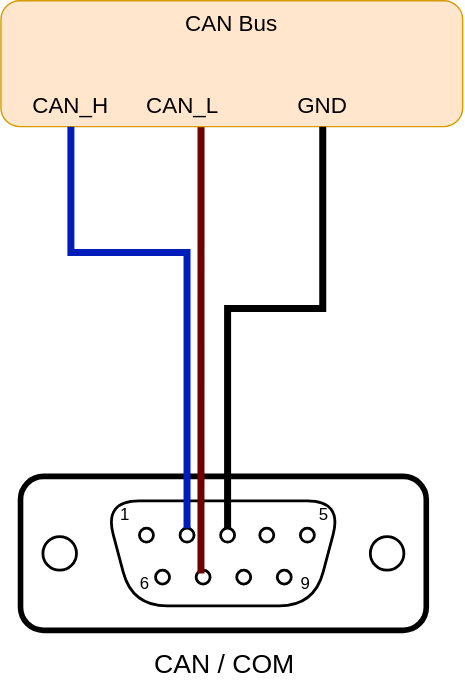
Before: docs/user-docs/images/edge-solutions/moducop/io-modules/iou06/can-layout1-conn.svg, a diagram exported from draw.io (ci4rail/docs). Source tidied: cells renumbered, new cells last; positions are measured from the earlier drawing's top-left corner, leaving out a move shared by most shapes.
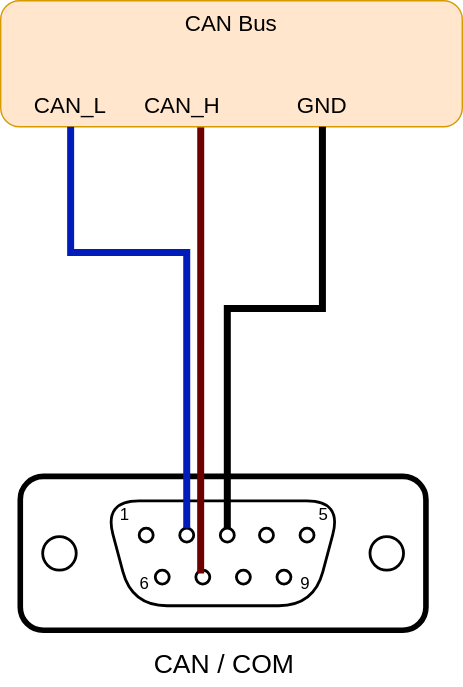
The same diagram one commit later.

Commit message:
iou06: swap CAN_L with CAN_H on connection drawings (#59)

Diff of the diagram source:
```diff
@@ -71,7 +71,7 @@
     <mxCell id="22" value="GND" style="text;html=1;strokeColor=none;fillColor=none;align=center;verticalAlign=middle;whiteSpace=wrap;rounded=0;fontSize=16;" parent="1" vertex="1">
       <mxGeometry x="200" y="60" width="60" height="30" as="geometry" />
     </mxCell>
-    <mxCell id="23" value="CAN_H" style="text;html=1;strokeColor=none;fillColor=none;align=center;verticalAlign=middle;whiteSpace=wrap;rounded=0;fontSize=16;" parent="1" vertex="1">
+    <mxCell id="23" value="CAN_L" style="text;html=1;strokeColor=none;fillColor=none;align=center;verticalAlign=middle;whiteSpace=wrap;rounded=0;fontSize=16;" parent="1" vertex="1">
       <mxGeometry x="20" y="60" width="60" height="30" as="geometry" />
     </mxCell>
     <mxCell id="24" value="CAN / COM" style="text;html=1;strokeColor=none;fillColor=none;align=center;verticalAlign=middle;whiteSpace=wrap;rounded=0;fontSize=19;" parent="1" vertex="1">
@@ -93,7 +93,7 @@
         </Array>
       </mxGeometry>
     </mxCell>
-    <mxCell id="27" value="CAN_L" style="text;html=1;strokeColor=none;fillColor=none;align=center;verticalAlign=middle;whiteSpace=wrap;rounded=0;fontSize=16;" parent="1" vertex="1">
+    <mxCell id="27" value="CAN_H" style="text;html=1;strokeColor=none;fillColor=none;align=center;verticalAlign=middle;whiteSpace=wrap;rounded=0;fontSize=16;" parent="1" vertex="1">
       <mxGeometry x="100" y="60" width="60" height="30" as="geometry" />
     </mxCell>
   </root>
```
